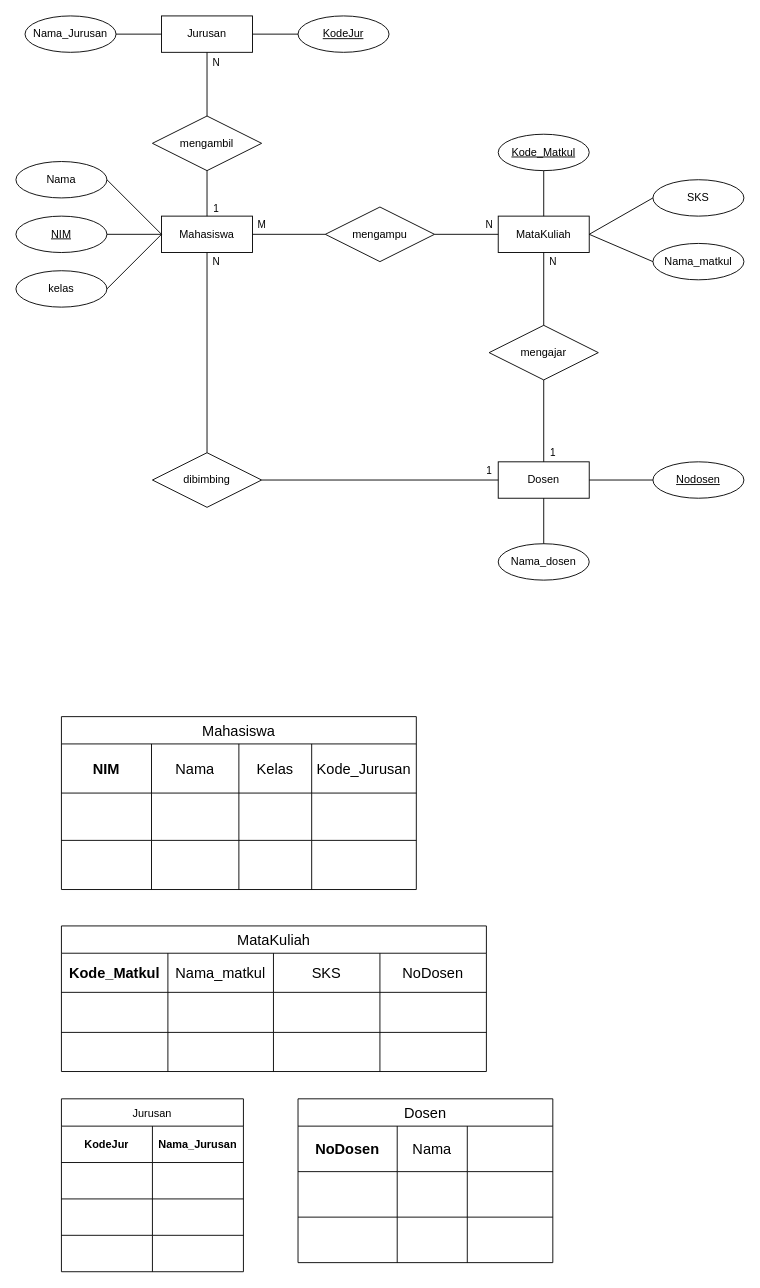
zzarr/SC keeps this draw.io diagram as tugas 3.drawio. Above is the earlier version. Source tidied: cells renumbered, new cells numbered last; positions are measured from the earlier drawing's top-left corner, leaving out a move shared by most shapes. Both pictures are drawn from the tidied source at 91%, with x=0, y=0 at pixel (15, 15).
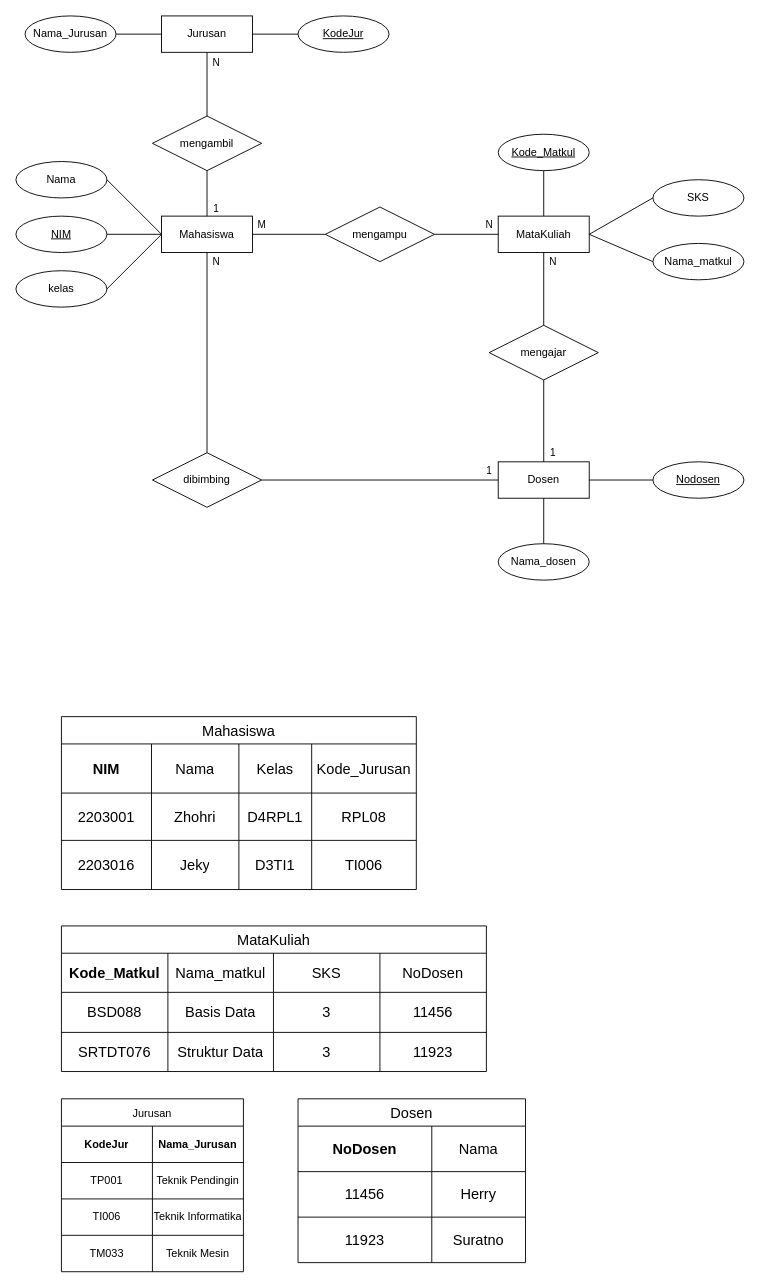
The same page after the edit.

Unchanged cells that the change refers to:
```xml
<mxCell id="42" style="shape=tableRow;horizontal=0;startSize=0;swimlaneHead=0;swimlaneBody=0;strokeColor=inherit;top=0;left=0;bottom=0;right=0;fillColor=none;fontSize=16;" parent="36" vertex="1">
  <mxGeometry y="84" width="390" height="52" as="geometry" />
</mxCell>
<mxCell id="47" style="shape=tableRow;horizontal=0;startSize=0;swimlaneHead=0;swimlaneBody=0;strokeColor=inherit;top=0;left=0;bottom=0;right=0;fillColor=none;fontSize=16;" parent="36" vertex="1">
  <mxGeometry y="136" width="390" height="54" as="geometry" />
</mxCell>
<mxCell id="58" style="shape=tableRow;horizontal=0;startSize=0;swimlaneHead=0;swimlaneBody=0;strokeColor=inherit;top=0;left=0;bottom=0;right=0;fillColor=none;fontSize=16;" parent="52" vertex="1">
  <mxGeometry y="73" width="467" height="44" as="geometry" />
</mxCell>
<mxCell id="63" style="shape=tableRow;horizontal=0;startSize=0;swimlaneHead=0;swimlaneBody=0;strokeColor=inherit;top=0;left=0;bottom=0;right=0;fillColor=none;fontSize=16;" parent="52" vertex="1">
  <mxGeometry y="117" width="467" height="43" as="geometry" />
</mxCell>
<mxCell id="72" style="shape=tableRow;horizontal=0;startSize=0;swimlaneHead=0;swimlaneBody=0;strokeColor=inherit;top=0;left=0;bottom=0;right=0;fillColor=none;" parent="68" vertex="1">
  <mxGeometry y="70" width="200" height="40" as="geometry" />
</mxCell>
<mxCell id="75" style="shape=tableRow;horizontal=0;startSize=0;swimlaneHead=0;swimlaneBody=0;strokeColor=inherit;top=0;left=0;bottom=0;right=0;fillColor=none;" parent="68" vertex="1">
  <mxGeometry y="110" width="200" height="40" as="geometry" />
</mxCell>
<mxCell id="78" style="shape=tableRow;horizontal=0;startSize=0;swimlaneHead=0;swimlaneBody=0;strokeColor=inherit;top=0;left=0;bottom=0;right=0;fillColor=none;" parent="68" vertex="1">
  <mxGeometry y="150" width="200" height="40" as="geometry" />
</mxCell>
```

Diff of the diagram source:
```diff
@@
-    <mxCell id="43" style="shape=partialRectangle;html=1;whiteSpace=wrap;strokeColor=inherit;overflow=hidden;fillColor=none;top=0;left=0;bottom=0;right=0;fontSize=16;" parent="42" vertex="1">
+    <mxCell id="43" value="2203001" style="shape=partialRectangle;html=1;whiteSpace=wrap;strokeColor=inherit;overflow=hidden;fillColor=none;top=0;left=0;bottom=0;right=0;fontSize=16;" parent="42" vertex="1">
       <mxGeometry width="99" height="52" as="geometry" />
     </mxCell>
-    <mxCell id="44" style="shape=partialRectangle;html=1;whiteSpace=wrap;strokeColor=inherit;overflow=hidden;fillColor=none;top=0;left=0;bottom=0;right=0;fontSize=16;" parent="42" vertex="1">
+    <mxCell id="44" value="Zhohri" style="shape=partialRectangle;html=1;whiteSpace=wrap;strokeColor=inherit;overflow=hidden;fillColor=none;top=0;left=0;bottom=0;right=0;fontSize=16;" parent="42" vertex="1">
       <mxGeometry x="99" width="96" height="52" as="geometry" />
     </mxCell>
-    <mxCell id="45" style="shape=partialRectangle;html=1;whiteSpace=wrap;strokeColor=inherit;overflow=hidden;fillColor=none;top=0;left=0;bottom=0;right=0;fontSize=16;" parent="42" vertex="1">
+    <mxCell id="45" value="D4RPL1" style="shape=partialRectangle;html=1;whiteSpace=wrap;strokeColor=inherit;overflow=hidden;fillColor=none;top=0;left=0;bottom=0;right=0;fontSize=16;" parent="42" vertex="1">
       <mxGeometry x="195" width="80" height="52" as="geometry" />
     </mxCell>
-    <mxCell id="46" style="shape=partialRectangle;html=1;whiteSpace=wrap;strokeColor=inherit;overflow=hidden;fillColor=none;top=0;left=0;bottom=0;right=0;fontSize=16;" parent="42" vertex="1">
+    <mxCell id="46" value="RPL08" style="shape=partialRectangle;html=1;whiteSpace=wrap;strokeColor=inherit;overflow=hidden;fillColor=none;top=0;left=0;bottom=0;right=0;fontSize=16;" parent="42" vertex="1">
       <mxGeometry x="275" width="115" height="52" as="geometry" />
     </mxCell>
@@
-    <mxCell id="48" style="shape=partialRectangle;html=1;whiteSpace=wrap;strokeColor=inherit;overflow=hidden;fillColor=none;top=0;left=0;bottom=0;right=0;fontSize=16;" parent="47" vertex="1">
+    <mxCell id="48" value="2203016" style="shape=partialRectangle;html=1;whiteSpace=wrap;strokeColor=inherit;overflow=hidden;fillColor=none;top=0;left=0;bottom=0;right=0;fontSize=16;" parent="47" vertex="1">
       <mxGeometry width="99" height="54" as="geometry" />
     </mxCell>
-    <mxCell id="49" style="shape=partialRectangle;html=1;whiteSpace=wrap;strokeColor=inherit;overflow=hidden;fillColor=none;top=0;left=0;bottom=0;right=0;fontSize=16;" parent="47" vertex="1">
+    <mxCell id="49" value="Jeky" style="shape=partialRectangle;html=1;whiteSpace=wrap;strokeColor=inherit;overflow=hidden;fillColor=none;top=0;left=0;bottom=0;right=0;fontSize=16;" parent="47" vertex="1">
       <mxGeometry x="99" width="96" height="54" as="geometry" />
     </mxCell>
-    <mxCell id="50" style="shape=partialRectangle;html=1;whiteSpace=wrap;strokeColor=inherit;overflow=hidden;fillColor=none;top=0;left=0;bottom=0;right=0;fontSize=16;" parent="47" vertex="1">
+    <mxCell id="50" value="D3TI1" style="shape=partialRectangle;html=1;whiteSpace=wrap;strokeColor=inherit;overflow=hidden;fillColor=none;top=0;left=0;bottom=0;right=0;fontSize=16;" parent="47" vertex="1">
       <mxGeometry x="195" width="80" height="54" as="geometry" />
     </mxCell>
-    <mxCell id="51" style="shape=partialRectangle;html=1;whiteSpace=wrap;strokeColor=inherit;overflow=hidden;fillColor=none;top=0;left=0;bottom=0;right=0;fontSize=16;" parent="47" vertex="1">
+    <mxCell id="51" value="TI006" style="shape=partialRectangle;html=1;whiteSpace=wrap;strokeColor=inherit;overflow=hidden;fillColor=none;top=0;left=0;bottom=0;right=0;fontSize=16;" parent="47" vertex="1">
       <mxGeometry x="275" width="115" height="54" as="geometry" />
     </mxCell>
@@
-    <mxCell id="59" style="shape=partialRectangle;html=1;whiteSpace=wrap;strokeColor=inherit;overflow=hidden;fillColor=none;top=0;left=0;bottom=0;right=0;fontSize=16;" parent="58" vertex="1">
+    <mxCell id="59" value="BSD088" style="shape=partialRectangle;html=1;whiteSpace=wrap;strokeColor=inherit;overflow=hidden;fillColor=none;top=0;left=0;bottom=0;right=0;fontSize=16;" parent="58" vertex="1">
       <mxGeometry width="117" height="44" as="geometry" />
     </mxCell>
-    <mxCell id="60" style="shape=partialRectangle;html=1;whiteSpace=wrap;strokeColor=inherit;overflow=hidden;fillColor=none;top=0;left=0;bottom=0;right=0;fontSize=16;" parent="58" vertex="1">
+    <mxCell id="60" value="Basis Data" style="shape=partialRectangle;html=1;whiteSpace=wrap;strokeColor=inherit;overflow=hidden;fillColor=none;top=0;left=0;bottom=0;right=0;fontSize=16;" parent="58" vertex="1">
       <mxGeometry x="117" width="116" height="44" as="geometry" />
     </mxCell>
-    <mxCell id="61" style="shape=partialRectangle;html=1;whiteSpace=wrap;strokeColor=inherit;overflow=hidden;fillColor=none;top=0;left=0;bottom=0;right=0;fontSize=16;" parent="58" vertex="1">
+    <mxCell id="61" value="3" style="shape=partialRectangle;html=1;whiteSpace=wrap;strokeColor=inherit;overflow=hidden;fillColor=none;top=0;left=0;bottom=0;right=0;fontSize=16;" parent="58" vertex="1">
       <mxGeometry x="233" width="117" height="44" as="geometry" />
     </mxCell>
-    <mxCell id="62" style="shape=partialRectangle;html=1;whiteSpace=wrap;strokeColor=inherit;overflow=hidden;fillColor=none;top=0;left=0;bottom=0;right=0;fontSize=16;" parent="58" vertex="1">
+    <mxCell id="62" value="11456" style="shape=partialRectangle;html=1;whiteSpace=wrap;strokeColor=inherit;overflow=hidden;fillColor=none;top=0;left=0;bottom=0;right=0;fontSize=16;" parent="58" vertex="1">
       <mxGeometry x="350" width="117" height="44" as="geometry" />
     </mxCell>
@@
-    <mxCell id="64" style="shape=partialRectangle;html=1;whiteSpace=wrap;strokeColor=inherit;overflow=hidden;fillColor=none;top=0;left=0;bottom=0;right=0;fontSize=16;" parent="63" vertex="1">
+    <mxCell id="64" value="SRTDT076" style="shape=partialRectangle;html=1;whiteSpace=wrap;strokeColor=inherit;overflow=hidden;fillColor=none;top=0;left=0;bottom=0;right=0;fontSize=16;" parent="63" vertex="1">
       <mxGeometry width="117" height="43" as="geometry" />
     </mxCell>
-    <mxCell id="65" style="shape=partialRectangle;html=1;whiteSpace=wrap;strokeColor=inherit;overflow=hidden;fillColor=none;top=0;left=0;bottom=0;right=0;fontSize=16;" parent="63" vertex="1">
+    <mxCell id="65" value="Struktur Data" style="shape=partialRectangle;html=1;whiteSpace=wrap;strokeColor=inherit;overflow=hidden;fillColor=none;top=0;left=0;bottom=0;right=0;fontSize=16;" parent="63" vertex="1">
       <mxGeometry x="117" width="116" height="43" as="geometry" />
     </mxCell>
-    <mxCell id="66" style="shape=partialRectangle;html=1;whiteSpace=wrap;strokeColor=inherit;overflow=hidden;fillColor=none;top=0;left=0;bottom=0;right=0;fontSize=16;" parent="63" vertex="1">
+    <mxCell id="66" value="3" style="shape=partialRectangle;html=1;whiteSpace=wrap;strokeColor=inherit;overflow=hidden;fillColor=none;top=0;left=0;bottom=0;right=0;fontSize=16;" parent="63" vertex="1">
       <mxGeometry x="233" width="117" height="43" as="geometry" />
     </mxCell>
-    <mxCell id="67" style="shape=partialRectangle;html=1;whiteSpace=wrap;strokeColor=inherit;overflow=hidden;fillColor=none;top=0;left=0;bottom=0;right=0;fontSize=16;" parent="63" vertex="1">
+    <mxCell id="67" value="11923" style="shape=partialRectangle;html=1;whiteSpace=wrap;strokeColor=inherit;overflow=hidden;fillColor=none;top=0;left=0;bottom=0;right=0;fontSize=16;" parent="63" vertex="1">
       <mxGeometry x="350" width="117" height="43" as="geometry" />
     </mxCell>
@@
-    <mxCell id="73" style="shape=partialRectangle;html=1;whiteSpace=wrap;strokeColor=inherit;overflow=hidden;fillColor=none;top=0;left=0;bottom=0;right=0;" parent="72" vertex="1">
+    <mxCell id="73" value="TP001" style="shape=partialRectangle;html=1;whiteSpace=wrap;strokeColor=inherit;overflow=hidden;fillColor=none;top=0;left=0;bottom=0;right=0;" parent="72" vertex="1">
       <mxGeometry width="100" height="40" as="geometry" />
     </mxCell>
-    <mxCell id="74" style="shape=partialRectangle;html=1;whiteSpace=wrap;strokeColor=inherit;overflow=hidden;fillColor=none;top=0;left=0;bottom=0;right=0;" parent="72" vertex="1">
+    <mxCell id="74" value="Teknik Pendingin" style="shape=partialRectangle;html=1;whiteSpace=wrap;strokeColor=inherit;overflow=hidden;fillColor=none;top=0;left=0;bottom=0;right=0;" parent="72" vertex="1">
       <mxGeometry x="100" width="100" height="40" as="geometry" />
     </mxCell>
@@
-    <mxCell id="76" style="shape=partialRectangle;html=1;whiteSpace=wrap;strokeColor=inherit;overflow=hidden;fillColor=none;top=0;left=0;bottom=0;right=0;" parent="75" vertex="1">
+    <mxCell id="76" value="TI006" style="shape=partialRectangle;html=1;whiteSpace=wrap;strokeColor=inherit;overflow=hidden;fillColor=none;top=0;left=0;bottom=0;right=0;" parent="75" vertex="1">
       <mxGeometry width="100" height="40" as="geometry" />
     </mxCell>
-    <mxCell id="77" style="shape=partialRectangle;html=1;whiteSpace=wrap;strokeColor=inherit;overflow=hidden;fillColor=none;top=0;left=0;bottom=0;right=0;" parent="75" vertex="1">
+    <mxCell id="77" value="Teknik Informatika" style="shape=partialRectangle;html=1;whiteSpace=wrap;strokeColor=inherit;overflow=hidden;fillColor=none;top=0;left=0;bottom=0;right=0;" parent="75" vertex="1">
       <mxGeometry x="100" width="100" height="40" as="geometry" />
     </mxCell>
@@
-    <mxCell id="79" style="shape=partialRectangle;html=1;whiteSpace=wrap;strokeColor=inherit;overflow=hidden;fillColor=none;top=0;left=0;bottom=0;right=0;" parent="78" vertex="1">
+    <mxCell id="79" value="TM033" style="shape=partialRectangle;html=1;whiteSpace=wrap;strokeColor=inherit;overflow=hidden;fillColor=none;top=0;left=0;bottom=0;right=0;" parent="78" vertex="1">
       <mxGeometry width="100" height="40" as="geometry" />
     </mxCell>
-    <mxCell id="80" style="shape=partialRectangle;html=1;whiteSpace=wrap;strokeColor=inherit;overflow=hidden;fillColor=none;top=0;left=0;bottom=0;right=0;" parent="78" vertex="1">
+    <mxCell id="80" value="Teknik Mesin" style="shape=partialRectangle;html=1;whiteSpace=wrap;strokeColor=inherit;overflow=hidden;fillColor=none;top=0;left=0;bottom=0;right=0;" parent="78" vertex="1">
       <mxGeometry x="100" width="100" height="40" as="geometry" />
     </mxCell>
     <mxCell id="81" value="Dosen" style="shape=table;startSize=30;childLayout=tableLayout;strokeColor=default;fontSize=16;" parent="1" vertex="1">
-      <mxGeometry x="310" y="1190" width="280" height="180" as="geometry" />
+      <mxGeometry x="310" y="1190" width="250" height="180" as="geometry" />
     </mxCell>
     <mxCell id="82" style="shape=tableRow;horizontal=0;startSize=0;swimlaneHead=0;swimlaneBody=0;strokeColor=inherit;top=0;left=0;bottom=0;right=0;fillColor=none;fontSize=16;" parent="81" vertex="1">
-      <mxGeometry y="30" width="280" height="50" as="geometry" />
+      <mxGeometry y="30" width="250" height="50" as="geometry" />
     </mxCell>
     <mxCell id="83" value="&lt;b&gt;NoDosen&lt;/b&gt;" style="shape=partialRectangle;html=1;whiteSpace=wrap;strokeColor=inherit;overflow=hidden;fillColor=none;top=0;left=0;bottom=0;right=0;fontSize=16;" parent="82" vertex="1">
-      <mxGeometry width="109" height="50" as="geometry" />
+      <mxGeometry width="147" height="50" as="geometry" />
     </mxCell>
     <mxCell id="84" value="Nama" style="shape=partialRectangle;html=1;whiteSpace=wrap;strokeColor=inherit;overflow=hidden;fillColor=none;top=0;left=0;bottom=0;right=0;fontSize=16;" parent="82" vertex="1">
-      <mxGeometry x="109" width="77" height="50" as="geometry" />
+      <mxGeometry x="147" width="103" height="50" as="geometry" />
     </mxCell>
-    <mxCell id="85" style="shape=partialRectangle;html=1;whiteSpace=wrap;strokeColor=inherit;overflow=hidden;fillColor=none;top=0;left=0;bottom=0;right=0;fontSize=16;" parent="82" vertex="1">
-      <mxGeometry x="186" width="94" height="50" as="geometry" />
-    </mxCell>
     <mxCell id="86" style="shape=tableRow;horizontal=0;startSize=0;swimlaneHead=0;swimlaneBody=0;strokeColor=inherit;top=0;left=0;bottom=0;right=0;fillColor=none;fontSize=16;" parent="81" vertex="1">
-      <mxGeometry y="80" width="280" height="50" as="geometry" />
+      <mxGeometry y="80" width="250" height="50" as="geometry" />
     </mxCell>
-    <mxCell id="87" style="shape=partialRectangle;html=1;whiteSpace=wrap;strokeColor=inherit;overflow=hidden;fillColor=none;top=0;left=0;bottom=0;right=0;fontSize=16;" parent="86" vertex="1">
-      <mxGeometry width="109" height="50" as="geometry" />
+    <mxCell id="87" value="11456" style="shape=partialRectangle;html=1;whiteSpace=wrap;strokeColor=inherit;overflow=hidden;fillColor=none;top=0;left=0;bottom=0;right=0;fontSize=16;" parent="86" vertex="1">
+      <mxGeometry width="147" height="50" as="geometry" />
     </mxCell>
-    <mxCell id="88" style="shape=partialRectangle;html=1;whiteSpace=wrap;strokeColor=inherit;overflow=hidden;fillColor=none;top=0;left=0;bottom=0;right=0;fontSize=16;" parent="86" vertex="1">
-      <mxGeometry x="109" width="77" height="50" as="geometry" />
+    <mxCell id="88" value="Herry" style="shape=partialRectangle;html=1;whiteSpace=wrap;strokeColor=inherit;overflow=hidden;fillColor=none;top=0;left=0;bottom=0;right=0;fontSize=16;" parent="86" vertex="1">
+      <mxGeometry x="147" width="103" height="50" as="geometry" />
     </mxCell>
-    <mxCell id="89" style="shape=partialRectangle;html=1;whiteSpace=wrap;strokeColor=inherit;overflow=hidden;fillColor=none;top=0;left=0;bottom=0;right=0;fontSize=16;" parent="86" vertex="1">
-      <mxGeometry x="186" width="94" height="50" as="geometry" />
-    </mxCell>
     <mxCell id="90" style="shape=tableRow;horizontal=0;startSize=0;swimlaneHead=0;swimlaneBody=0;strokeColor=inherit;top=0;left=0;bottom=0;right=0;fillColor=none;fontSize=16;" parent="81" vertex="1">
-      <mxGeometry y="130" width="280" height="50" as="geometry" />
+      <mxGeometry y="130" width="250" height="50" as="geometry" />
     </mxCell>
-    <mxCell id="91" style="shape=partialRectangle;html=1;whiteSpace=wrap;strokeColor=inherit;overflow=hidden;fillColor=none;top=0;left=0;bottom=0;right=0;fontSize=16;" parent="90" vertex="1">
-      <mxGeometry width="109" height="50" as="geometry" />
+    <mxCell id="91" value="11923" style="shape=partialRectangle;html=1;whiteSpace=wrap;strokeColor=inherit;overflow=hidden;fillColor=none;top=0;left=0;bottom=0;right=0;fontSize=16;" parent="90" vertex="1">
+      <mxGeometry width="147" height="50" as="geometry" />
     </mxCell>
-    <mxCell id="92" style="shape=partialRectangle;html=1;whiteSpace=wrap;strokeColor=inherit;overflow=hidden;fillColor=none;top=0;left=0;bottom=0;right=0;fontSize=16;" parent="90" vertex="1">
-      <mxGeometry x="109" width="77" height="50" as="geometry" />
+    <mxCell id="92" value="Suratno" style="shape=partialRectangle;html=1;whiteSpace=wrap;strokeColor=inherit;overflow=hidden;fillColor=none;top=0;left=0;bottom=0;right=0;fontSize=16;" parent="90" vertex="1">
+      <mxGeometry x="147" width="103" height="50" as="geometry" />
     </mxCell>
-    <mxCell id="93" style="shape=partialRectangle;html=1;whiteSpace=wrap;strokeColor=inherit;overflow=hidden;fillColor=none;top=0;left=0;bottom=0;right=0;fontSize=16;" parent="90" vertex="1">
-      <mxGeometry x="186" width="94" height="50" as="geometry" />
-    </mxCell>
```
